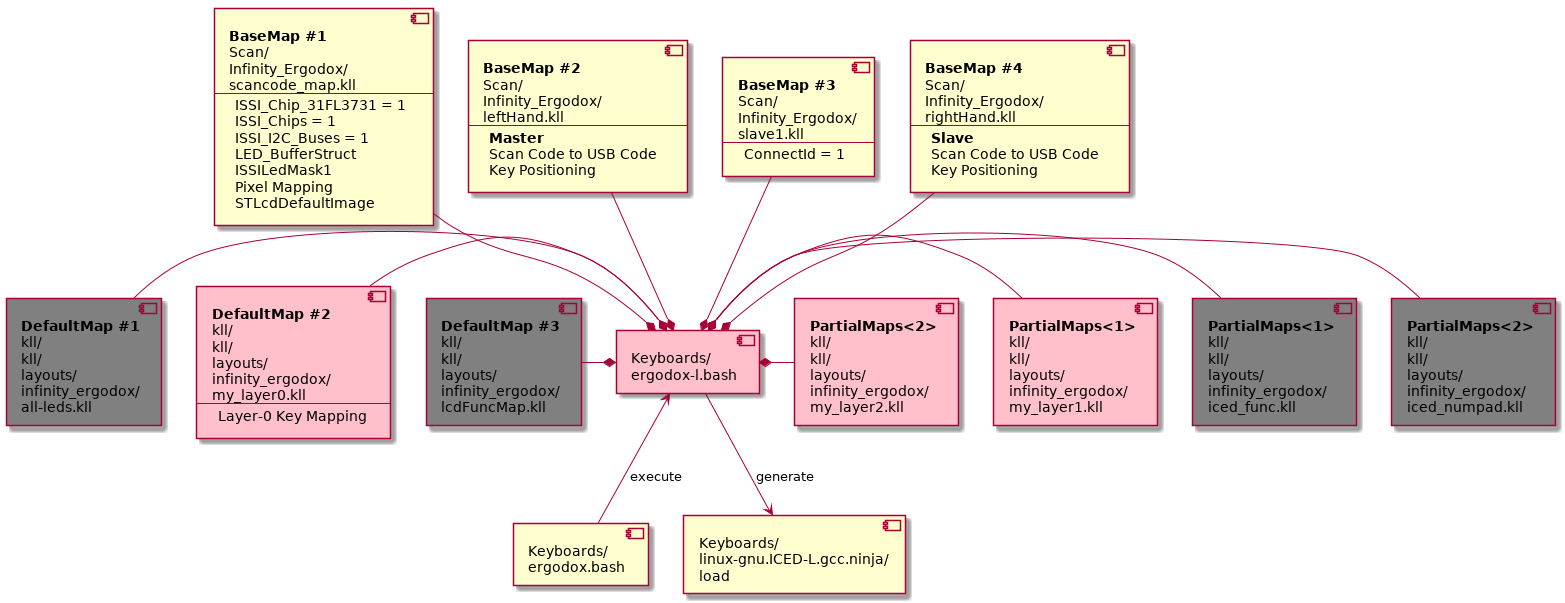
Before: doc/uml/build.png, a diagram exported from PlantUML (kluelogic/controller).
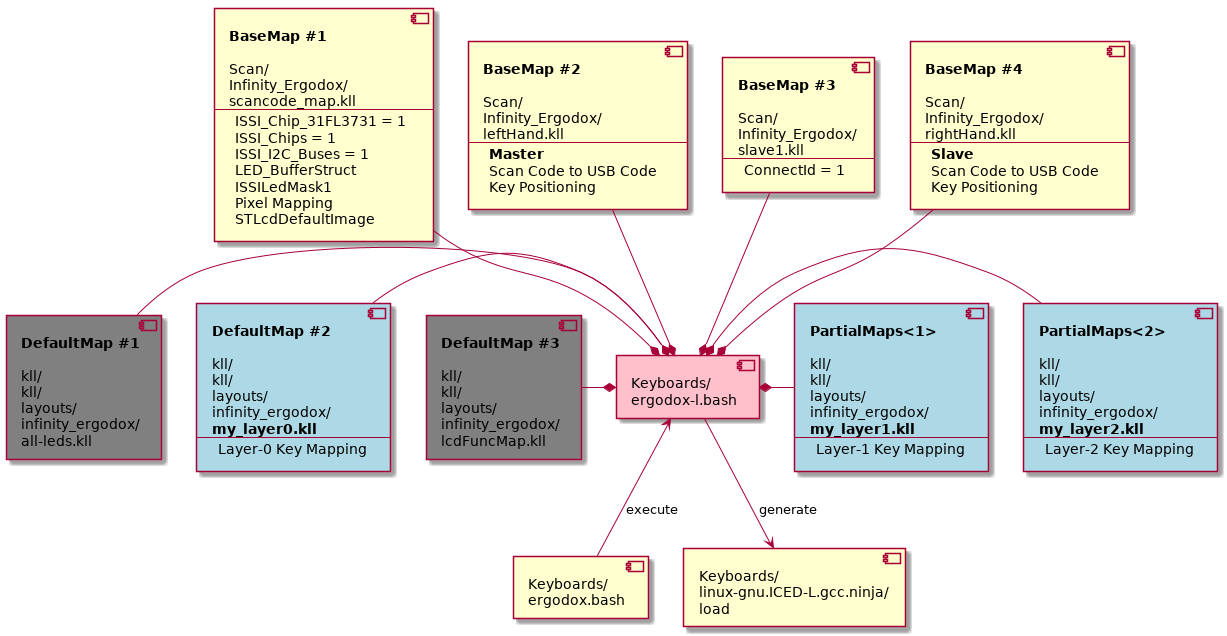
After the commit.

What changed in the source:
```diff
@@ -12,6 +12,7 @@
 
 component scancode_map_kll [
 <b>BaseMap #1
+
 Scan/
 Infinity_Ergodox/
 scancode_map.kll
@@ -27,6 +28,7 @@
 
 component leftHand_kll [
 <b>BaseMap #2
+
 Scan/
 Infinity_Ergodox/
 leftHand.kll
@@ -38,6 +40,7 @@
 
 component slave1_kll [
 <b>BaseMap #3
+
 Scan/
 Infinity_Ergodox/
 slave1.kll
@@ -47,6 +50,7 @@
 
 component rightHand_kll [
 <b>BaseMap #4
+
 Scan/
 Infinity_Ergodox/
 rightHand.kll
@@ -58,6 +62,7 @@
 
 component all_leds_kll #Gray [
 <b>DefaultMap #1
+
 kll/
 kll/
 layouts/
@@ -66,19 +71,21 @@
 ]
 
 
-component my_layer0_kll #Pink [
+component my_layer0_kll #LightBlue [
 <b>DefaultMap #2
+
 kll/
 kll/
 layouts/
 infinity_ergodox/
-my_layer0.kll
+<b>my_layer0.kll
 ---
 Layer-0 Key Mapping
 ]
 
 component lcdFuncMap_kll #Gray [
 <b>DefaultMap #3
+
 kll/
 kll/
 layouts/
@@ -86,40 +93,30 @@
 lcdFuncMap.kll
 ]
 
-component iced_func_kll #Gray [
+
+
+component my_layer1_kll #LightBlue [
 <b>PartialMaps<1>
+
 kll/
 kll/
 layouts/
 infinity_ergodox/
-iced_func.kll
+<b>my_layer1.kll
+---
+Layer-1 Key Mapping
 ]
 
-component iced_numpad_kll #Gray [
+component my_layer2_kll #LightBlue [
 <b>PartialMaps<2>
+
 kll/
 kll/
 layouts/
 infinity_ergodox/
-iced_numpad.kll
-]
-
-component my_layer1_kll #Pink [
-<b>PartialMaps<1>
-kll/
-kll/
-layouts/
-infinity_ergodox/
-my_layer1.kll
-]
-
-component my_layer2_kll #Pink [
-<b>PartialMaps<2>
-kll/
-kll/
-layouts/
-infinity_ergodox/
-my_layer2.kll
+<b>my_layer2.kll
+---
+Layer-2 Key Mapping
 ]
 
 
@@ -140,10 +137,8 @@
 all_leds_kll          -* ergodox_l_bash
 my_layer0_kll         -* ergodox_l_bash
 lcdFuncMap_kll        -* ergodox_l_bash
-iced_numpad_kll -right-* ergodox_l_bash
-iced_func_kll   -right-* ergodox_l_bash
-my_layer1_kll   -right-* ergodox_l_bash
-my_layer2_kll   -right-* ergodox_l_bash
+my_layer2_kll    -right-* ergodox_l_bash
+my_layer1_kll    -right-* ergodox_l_bash
 
 
 @enduml
```
